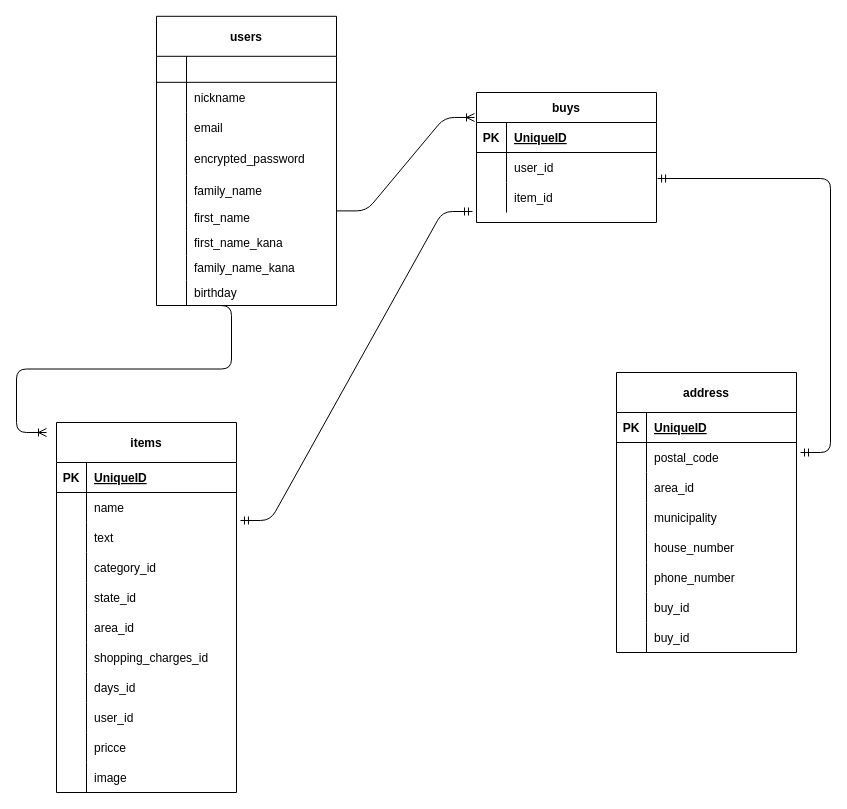
Earlier version of the draw.io diagram test.dio (noah1216/furima-33511). Source tidied: cells renumbered, new cells numbered last; positions are measured from the earlier drawing's top-left corner, leaving out a move shared by most shapes. Both pictures are drawn from the tidied source at 100%, with x=0, y=0 at pixel (46, 16).
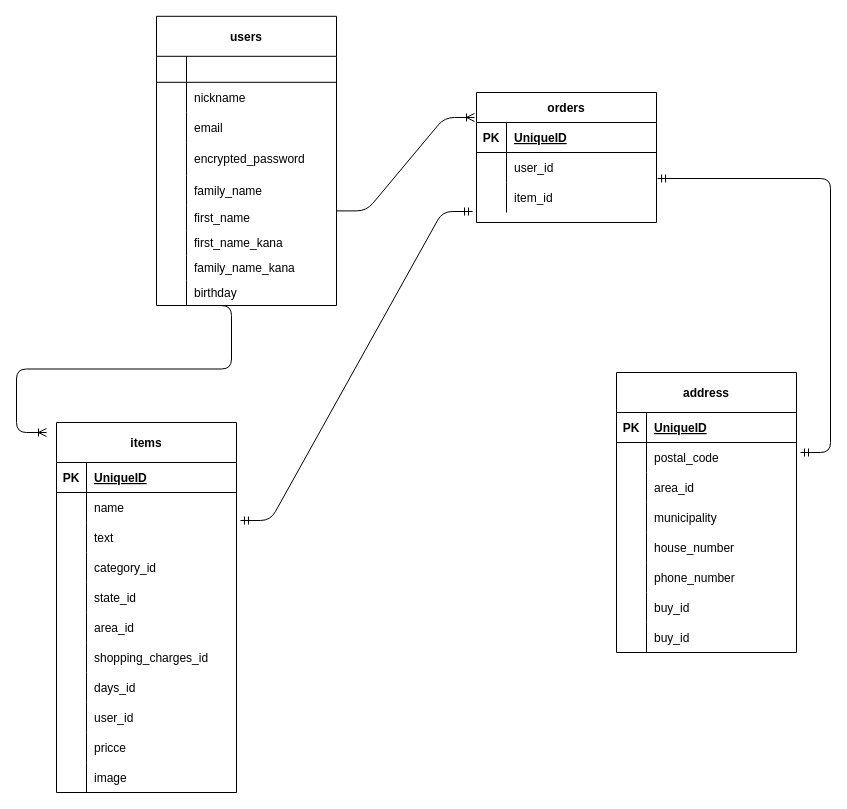
The same page after the edit.

Change to the diagram source:
```diff
@@
-    <mxCell id="89" value="buys" style="shape=table;startSize=30;childLayout=tableLayout;rowLines=0;fontStyle=1;align=center;" parent="1" vertex="1">
+    <mxCell id="89" value="orders" style="shape=table;startSize=30;childLayout=tableLayout;rowLines=0;fontStyle=1;align=center;" parent="1" vertex="1">
       <mxGeometry x="430" y="76" width="180" height="130" as="geometry" />
     </mxCell>
```
